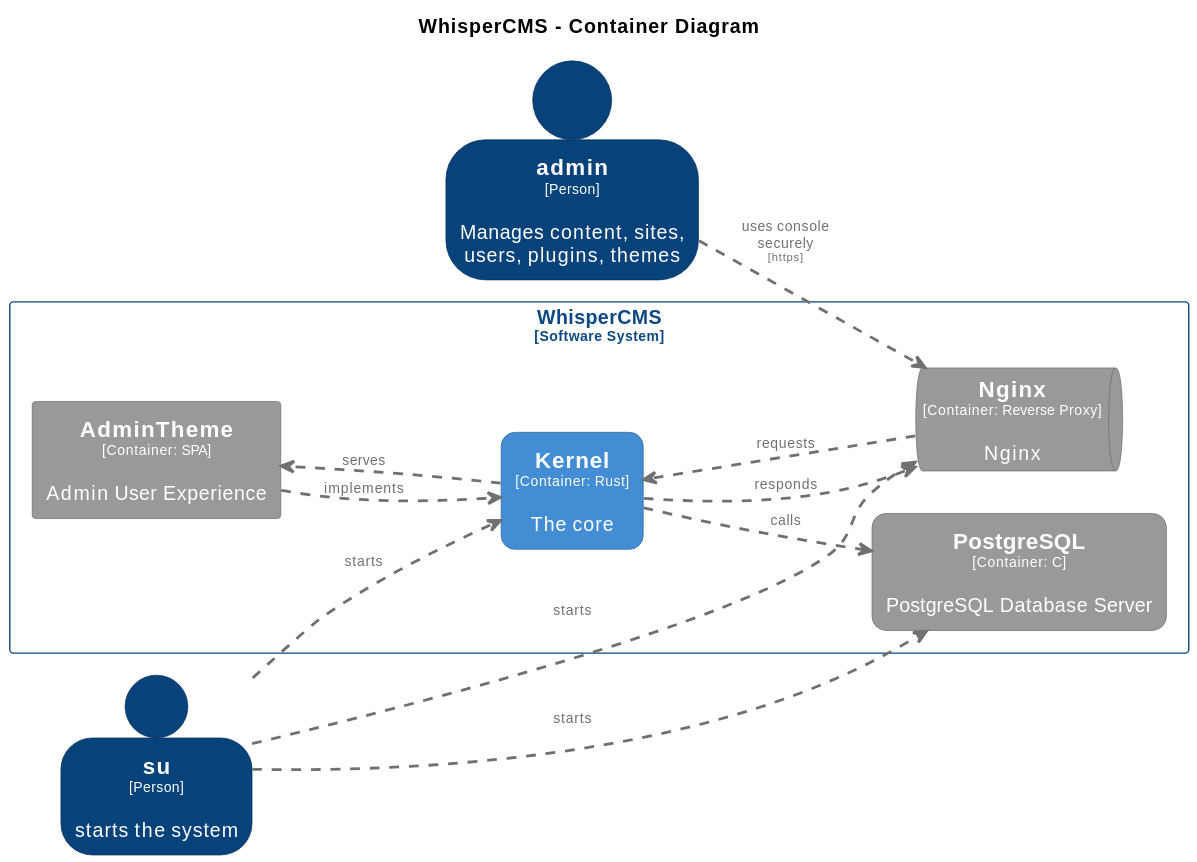
Above: docs/diagrams/structurizr-WhisperCMS-Containers.svg in CoderByBlood/whisper-cms (PlantUML), before the change.
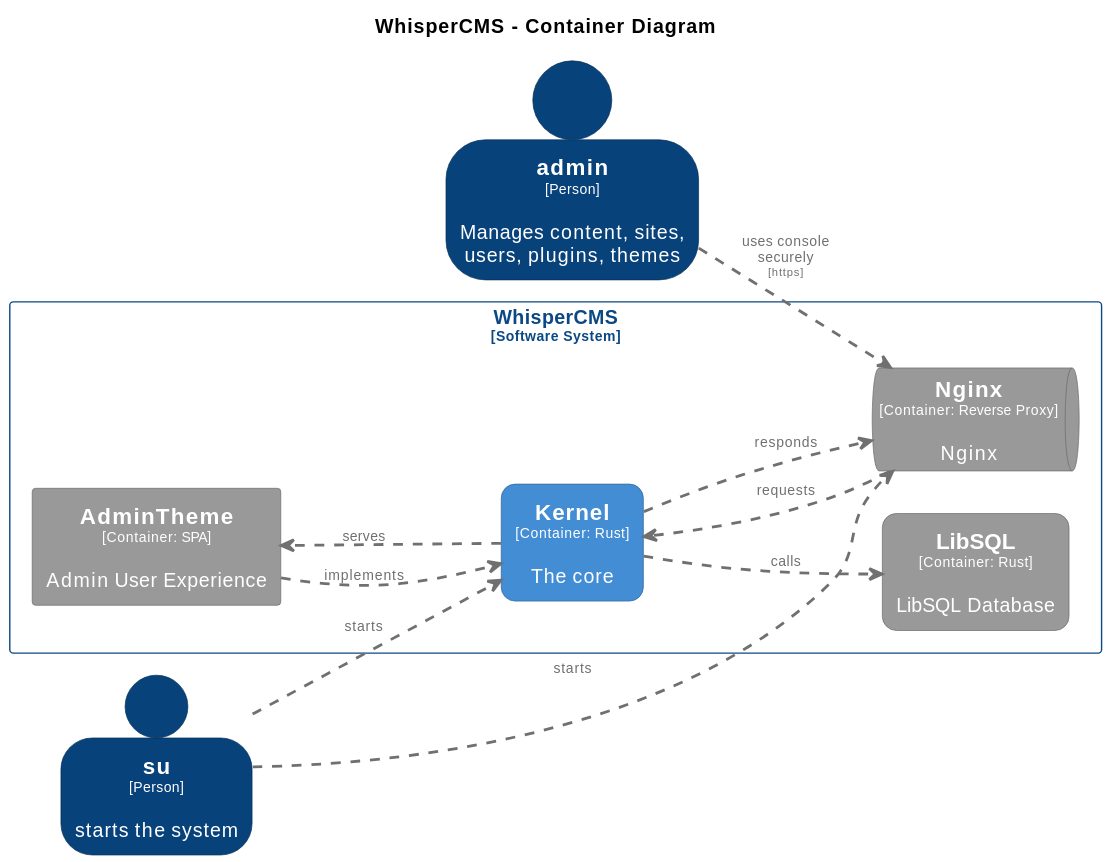
Above is the later version.

Diff of the diagram source:
```diff
@@ -28,17 +28,17 @@
   roundCorner 20
   shadowing false
 }
+skinparam rectangle<<WhisperCMS.LibSQL>> {
+  BackgroundColor #999999
+  FontColor #ffffff
+  BorderColor #6b6b6b
+  roundCorner 20
+  shadowing false
+}
 skinparam queue<<WhisperCMS.Nginx>> {
   BackgroundColor #999999
   FontColor #ffffff
   BorderColor #6b6b6b
-  shadowing false
-}
-skinparam rectangle<<WhisperCMS.PostgreSQL>> {
-  BackgroundColor #999999
-  FontColor #ffffff
-  BorderColor #6b6b6b
-  roundCorner 20
   shadowing false
 }
 skinparam person<<admin>> {
@@ -66,7 +66,7 @@
   rectangle "==AdminTheme\n<size:10>[Container: SPA]</size>\n\nAdmin User Experience" <<WhisperCMS.AdminTheme>> as WhisperCMS.AdminTheme
   rectangle "==Kernel\n<size:10>[Container: Rust]</size>\n\nThe core" <<WhisperCMS.Kernel>> as WhisperCMS.Kernel
   queue "==Nginx\n<size:10>[Container: Reverse Proxy]</size>\n\nNginx" <<WhisperCMS.Nginx>> as WhisperCMS.Nginx
-  rectangle "==PostgreSQL\n<size:10>[Container: C]</size>\n\nPostgreSQL Database Server" <<WhisperCMS.PostgreSQL>> as WhisperCMS.PostgreSQL
+  rectangle "==LibSQL\n<size:10>[Container: Rust]</size>\n\nLibSQL Database" <<WhisperCMS.LibSQL>> as WhisperCMS.LibSQL
 }
 
 su .[#707070,thickness=2].> WhisperCMS.Kernel : "<color:#707070>starts"
@@ -76,6 +76,5 @@
 admin .[#707070,thickness=2].> WhisperCMS.Nginx : "<color:#707070>uses console securely\n<color:#707070><size:8>[https]</size>"
 WhisperCMS.Nginx .[#707070,thickness=2].> WhisperCMS.Kernel : "<color:#707070>requests"
 WhisperCMS.Kernel .[#707070,thickness=2].> WhisperCMS.Nginx : "<color:#707070>responds"
-su .[#707070,thickness=2].> WhisperCMS.PostgreSQL : "<color:#707070>starts"
-WhisperCMS.Kernel .[#707070,thickness=2].> WhisperCMS.PostgreSQL : "<color:#707070>calls"
+WhisperCMS.Kernel .[#707070,thickness=2].> WhisperCMS.LibSQL : "<color:#707070>calls"
 @enduml
```
